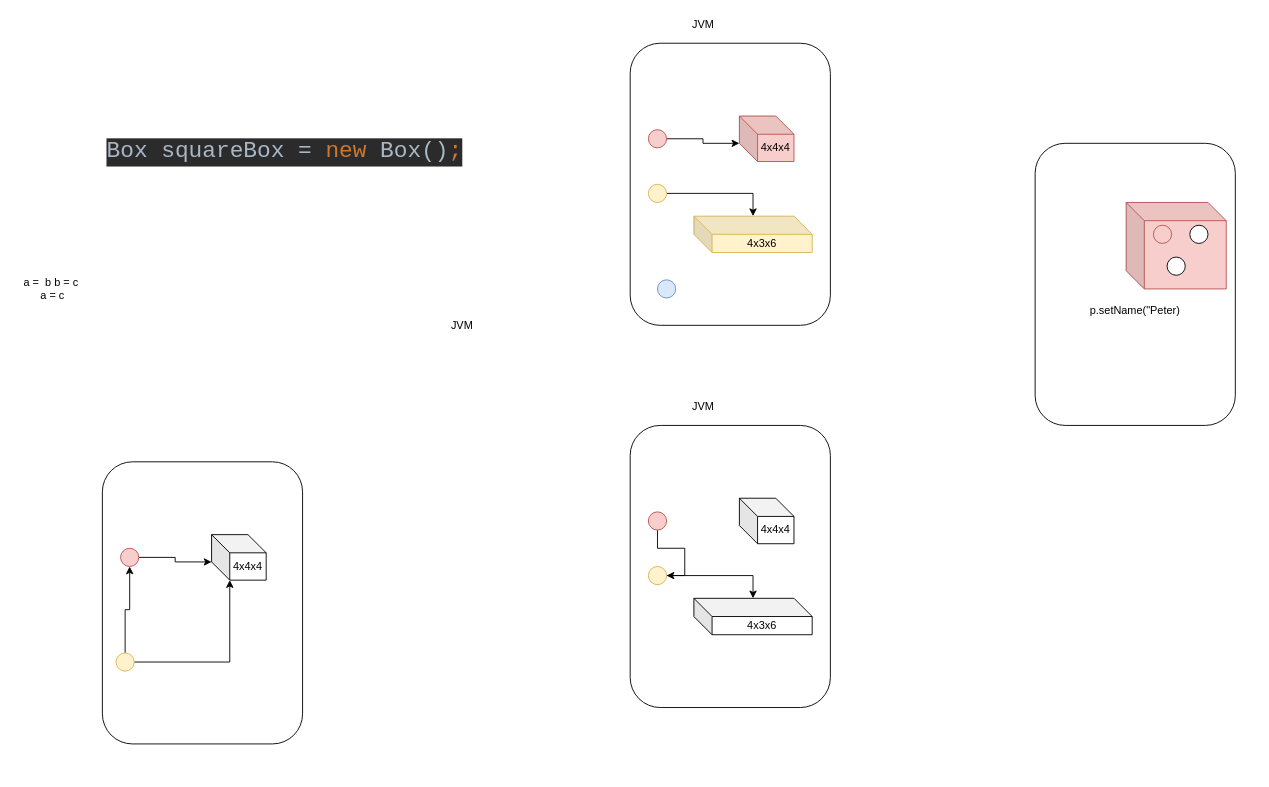
Above: page "Classes" (2 of 2) of Batch34.drawio in jayramrout/batch34 (draw.io), before the change. Source tidied: cells renumbered, new cells numbered last; positions are measured from the earlier drawing's top-left corner, leaving out a move shared by most shapes. Both pictures are drawn from the tidied source at 91%, with x=0, y=0 at pixel (15, 15).
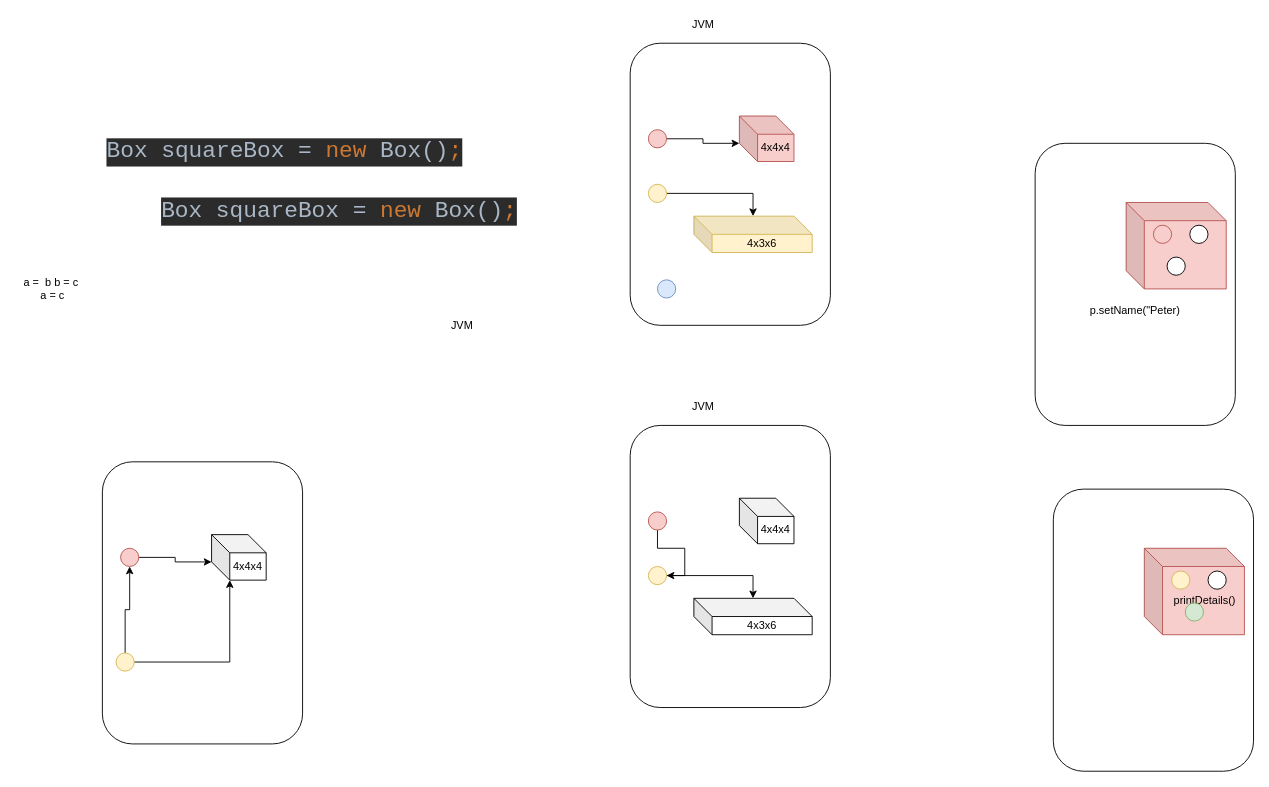
Above is the later version.

The edit, as a diff of the source:
```diff
@@
+    <mxCell id="34" value="&lt;pre style=&quot;background-color: #2b2b2b ; color: #a9b7c6 ; font-family: &amp;#34;consolas&amp;#34; ; font-size: 18.8pt&quot;&gt;Box squareBox = &lt;span style=&quot;color: #cc7832&quot;&gt;new &lt;/span&gt;Box()&lt;span style=&quot;color: #cc7832&quot;&gt;;&lt;/span&gt;&lt;/pre&gt;" style="text;html=1;align=center;verticalAlign=middle;" parent="1" vertex="1">
+      <mxGeometry x="170" y="180" width="370" height="70" as="geometry" />
+    </mxCell>
+    <mxCell id="35" style="rounded=1;whiteSpace=wrap;html=1;" parent="1" vertex="1">
+      <mxGeometry x="1140" y="520" width="220" height="310" as="geometry" />
+    </mxCell>
+    <mxCell id="36" value="&amp;nbsp;printDetails()" style="shape=cube;whiteSpace=wrap;html=1;boundedLbl=1;backgroundOutline=1;darkOpacity=0.05;darkOpacity2=0.1;fillColor=#f8cecc;strokeColor=#b85450;" parent="1" vertex="1">
+      <mxGeometry x="1240" y="585" width="110" height="95" as="geometry" />
+    </mxCell>
+    <mxCell id="37" style="ellipse;whiteSpace=wrap;html=1;fillColor=#fff2cc;strokeColor=#d6b656;" parent="1" vertex="1">
+      <mxGeometry x="1270" y="610" width="20" height="20" as="geometry" />
+    </mxCell>
+    <mxCell id="38" style="ellipse;whiteSpace=wrap;html=1;" parent="1" vertex="1">
+      <mxGeometry x="1310" y="610" width="20" height="20" as="geometry" />
+    </mxCell>
+    <mxCell id="39" style="ellipse;whiteSpace=wrap;html=1;fillColor=#d5e8d4;strokeColor=#82b366;" parent="1" vertex="1">
+      <mxGeometry x="1285" y="645" width="20" height="20" as="geometry" />
+    </mxCell>
```
